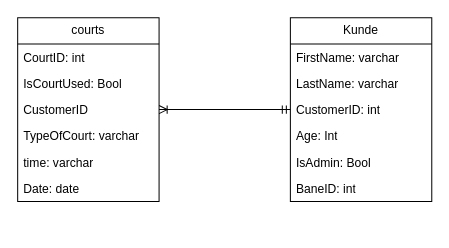
The draw.io diagram erdiagram.drawio in SuneVilsgaard/progb, before the edit. Source tidied: cells renumbered, new cells numbered last; positions are measured from the earlier drawing's top-left corner, leaving out a move shared by most shapes. Both pictures are drawn from the tidied source at 101%, with x=0, y=0 at pixel (17, 17).
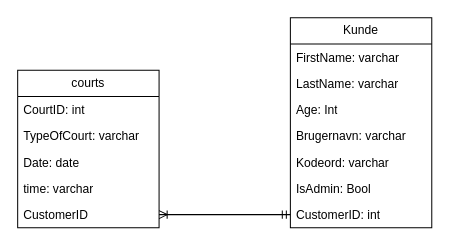
The same page after the edit.

Diff of the diagram source:
```diff
@@
 <mxGraphModel>
   <root>
     <mxCell id="0" />
     <mxCell id="1" parent="0" />
     <mxCell id="2" value="Kunde" style="swimlane;fontStyle=0;horizontal=1;startSize=26;fillColor=none;whiteSpace=wrap;html=1;" parent="1" vertex="1">
-      <mxGeometry x="270" width="140" height="182" as="geometry" />
+      <mxGeometry x="270" width="140" height="208" as="geometry" />
     </mxCell>
     <mxCell id="3" value="FirstName: varchar" style="text;strokeColor=none;fillColor=none;align=left;verticalAlign=top;spacingLeft=4;spacingRight=4;overflow=hidden;whiteSpace=wrap;html=1;" parent="2" vertex="1">
       <mxGeometry y="26" width="140" height="26" as="geometry" />
     </mxCell>
     <mxCell id="4" value="LastName: varchar" style="text;strokeColor=none;fillColor=none;align=left;verticalAlign=top;spacingLeft=4;spacingRight=4;overflow=hidden;whiteSpace=wrap;html=1;" parent="2" vertex="1">
       <mxGeometry y="52" width="140" height="26" as="geometry" />
     </mxCell>
+    <mxCell id="6" value="Age: Int" style="text;strokeColor=none;fillColor=none;align=left;verticalAlign=top;spacingLeft=4;spacingRight=4;overflow=hidden;whiteSpace=wrap;html=1;" parent="2" vertex="1">
+      <mxGeometry y="78" width="140" height="26" as="geometry" />
+    </mxCell>
+    <mxCell id="17" value="Brugernavn: varchar" style="text;strokeColor=none;fillColor=none;align=left;verticalAlign=top;spacingLeft=4;spacingRight=4;overflow=hidden;whiteSpace=wrap;html=1;" parent="2" vertex="1">
+      <mxGeometry y="104" width="140" height="26" as="geometry" />
+    </mxCell>
+    <mxCell id="18" value="Kodeord: varchar" style="text;strokeColor=none;fillColor=none;align=left;verticalAlign=top;spacingLeft=4;spacingRight=4;overflow=hidden;whiteSpace=wrap;html=1;" parent="2" vertex="1">
+      <mxGeometry y="130" width="140" height="26" as="geometry" />
+    </mxCell>
+    <mxCell id="7" value="IsAdmin: Bool" style="text;strokeColor=none;fillColor=none;align=left;verticalAlign=top;spacingLeft=4;spacingRight=4;overflow=hidden;whiteSpace=wrap;html=1;" parent="2" vertex="1">
+      <mxGeometry y="156" width="140" height="26" as="geometry" />
+    </mxCell>
     <mxCell id="5" value="CustomerID: int" style="text;strokeColor=none;fillColor=none;align=left;verticalAlign=top;spacingLeft=4;spacingRight=4;overflow=hidden;points=[[0,0.5],[1,0.5]];portConstraint=eastwest;whiteSpace=wrap;html=1;" parent="2" vertex="1">
-      <mxGeometry y="78" width="140" height="26" as="geometry" />
+      <mxGeometry y="182" width="140" height="26" as="geometry" />
     </mxCell>
-    <mxCell id="6" value="Age: Int" style="text;strokeColor=none;fillColor=none;align=left;verticalAlign=top;spacingLeft=4;spacingRight=4;overflow=hidden;whiteSpace=wrap;html=1;" parent="2" vertex="1">
-      <mxGeometry y="104" width="140" height="26" as="geometry" />
-    </mxCell>
-    <mxCell id="7" value="IsAdmin: Bool" style="text;strokeColor=none;fillColor=none;align=left;verticalAlign=top;spacingLeft=4;spacingRight=4;overflow=hidden;whiteSpace=wrap;html=1;" parent="2" vertex="1">
-      <mxGeometry y="130" width="140" height="26" as="geometry" />
-    </mxCell>
-    <mxCell id="8" value="BaneID: int" style="text;strokeColor=none;fillColor=none;align=left;verticalAlign=top;spacingLeft=4;spacingRight=4;overflow=hidden;whiteSpace=wrap;html=1;" parent="2" vertex="1">
-      <mxGeometry y="156" width="140" height="26" as="geometry" />
-    </mxCell>
     <mxCell id="9" value="courts" style="swimlane;fontStyle=0;horizontal=1;startSize=26;fillColor=none;whiteSpace=wrap;html=1;" parent="1" vertex="1">
-      <mxGeometry width="140" height="182" as="geometry" />
+      <mxGeometry y="52" width="140" height="156" as="geometry" />
     </mxCell>
     <mxCell id="10" value="CourtID: int" style="text;strokeColor=none;fillColor=none;align=left;verticalAlign=top;spacingLeft=4;spacingRight=4;overflow=hidden;whiteSpace=wrap;html=1;" parent="9" vertex="1">
       <mxGeometry y="26" width="140" height="26" as="geometry" />
     </mxCell>
-    <mxCell id="11" value="IsCourtUsed: Bool" style="text;strokeColor=none;fillColor=none;align=left;verticalAlign=top;spacingLeft=4;spacingRight=4;overflow=hidden;whiteSpace=wrap;html=1;" parent="9" vertex="1">
-      <mxGeometry y="52" width="140" height="26" as="geometry" />
-    </mxCell>
+    <mxCell id="13" value="TypeOfCourt: varchar" style="text;strokeColor=none;fillColor=none;align=left;verticalAlign=top;spacingLeft=4;spacingRight=4;overflow=hidden;whiteSpace=wrap;html=1;" parent="9" vertex="1">
+      <mxGeometry y="52" width="140" height="26" as="geometry" />
+    </mxCell>
+    <mxCell id="15" value="Date: date" style="text;strokeColor=none;fillColor=none;align=left;verticalAlign=top;spacingLeft=4;spacingRight=4;overflow=hidden;whiteSpace=wrap;html=1;" parent="9" vertex="1">
+      <mxGeometry y="78" width="140" height="26" as="geometry" />
+    </mxCell>
+    <mxCell id="14" value="time: varchar" style="text;strokeColor=none;fillColor=none;align=left;verticalAlign=top;spacingLeft=4;spacingRight=4;overflow=hidden;whiteSpace=wrap;html=1;" parent="9" vertex="1">
+      <mxGeometry y="104" width="140" height="26" as="geometry" />
+    </mxCell>
     <mxCell id="12" value="CustomerID" style="text;strokeColor=none;fillColor=none;align=left;verticalAlign=top;spacingLeft=4;spacingRight=4;overflow=hidden;points=[[0,0.5],[1,0.5]];portConstraint=eastwest;whiteSpace=wrap;html=1;" parent="9" vertex="1">
-      <mxGeometry y="78" width="140" height="26" as="geometry" />
+      <mxGeometry y="130" width="140" height="26" as="geometry" />
     </mxCell>
-    <mxCell id="13" value="TypeOfCourt: varchar" style="text;strokeColor=none;fillColor=none;align=left;verticalAlign=top;spacingLeft=4;spacingRight=4;overflow=hidden;whiteSpace=wrap;html=1;" parent="9" vertex="1">
-      <mxGeometry y="104" width="140" height="26" as="geometry" />
-    </mxCell>
-    <mxCell id="14" value="time: varchar" style="text;strokeColor=none;fillColor=none;align=left;verticalAlign=top;spacingLeft=4;spacingRight=4;overflow=hidden;whiteSpace=wrap;html=1;" parent="9" vertex="1">
-      <mxGeometry y="130" width="140" height="26" as="geometry" />
-    </mxCell>
-    <mxCell id="15" value="Date: date" style="text;strokeColor=none;fillColor=none;align=left;verticalAlign=top;spacingLeft=4;spacingRight=4;overflow=hidden;whiteSpace=wrap;html=1;" parent="9" vertex="1">
-      <mxGeometry y="156" width="140" height="26" as="geometry" />
-    </mxCell>
     <mxCell id="16" style="edgeStyle=entityRelationEdgeStyle;fontSize=12;html=1;endArrow=ERmandOne;rounded=0;entryX=0;entryY=0.5;entryDx=0;entryDy=0;exitX=1;exitY=0.5;exitDx=0;exitDy=0;startArrow=ERoneToMany;startFill=1;endFill=0;" parent="1" edge="1" source="12" target="5">
       <mxGeometry relative="1" as="geometry" />
     </mxCell>
   </root>
 </mxGraphModel>
```
